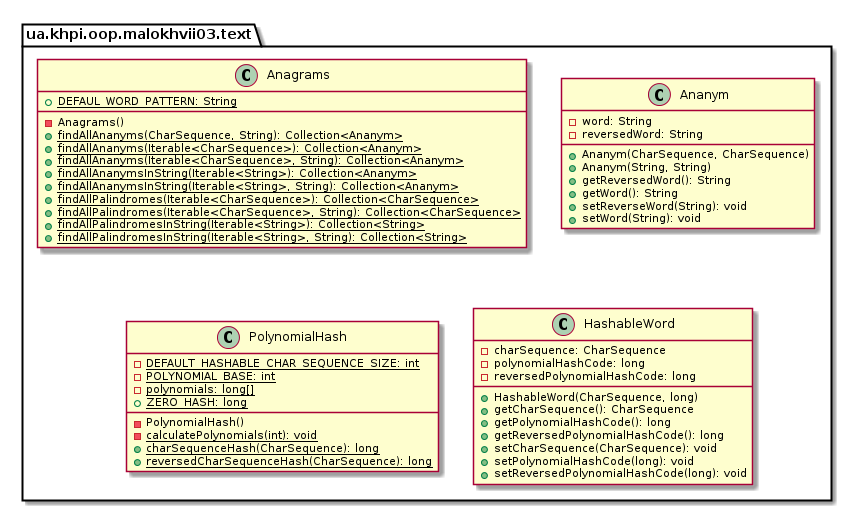
Before: malokhvii-eduard/malokhvii03/doc/plantuml/png/ua.khpi.oop.malokhvii03.text.package.png, a diagram exported from PlantUML (P-Kalin/kit26a).
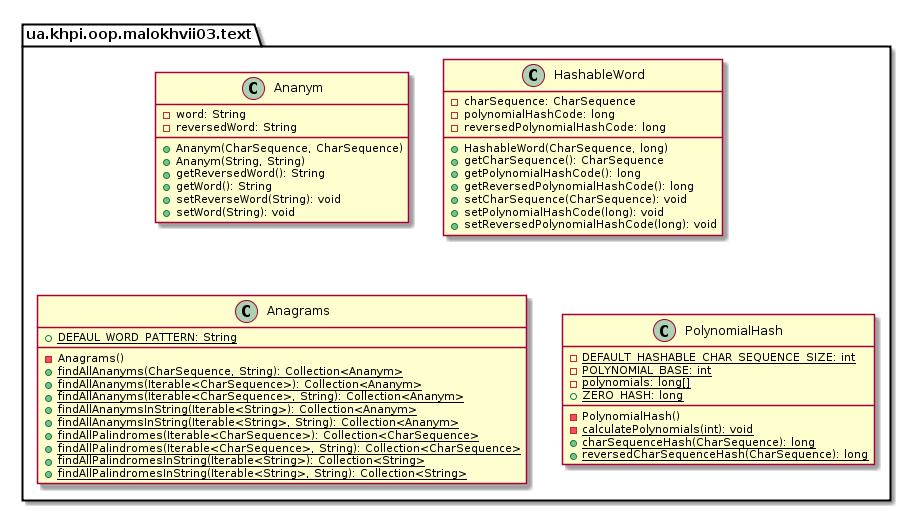
After the commit.

The edit, as a diff of the source:
```diff
@@ -1,6 +1,30 @@
 @startuml
 
     namespace ua.khpi.oop.malokhvii03.text {
+
+        class Ananym {
+            -word: String
+            -reversedWord: String
+            +Ananym(CharSequence, CharSequence)
+            +Ananym(String, String)
+            +getReversedWord(): String
+            +getWord(): String
+            +setReverseWord(String): void
+            +setWord(String): void
+        }
+
+        class HashableWord {
+            -charSequence: CharSequence
+            -polynomialHashCode: long
+            -reversedPolynomialHashCode: long
+            +HashableWord(CharSequence, long)
+            +getCharSequence(): CharSequence
+            +getPolynomialHashCode(): long
+            +getReversedPolynomialHashCode(): long
+            +setCharSequence(CharSequence): void
+            +setPolynomialHashCode(long): void
+            +setReversedPolynomialHashCode(long): void
+        }
 
         class Anagrams {
             {static} +DEFAUL_WORD_PATTERN: String
@@ -16,17 +40,6 @@
             {static} +findAllPalindromesInString(Iterable<String>, String): Collection<String>
         }
 
-        class Ananym {
-            -word: String
-            -reversedWord: String
-            +Ananym(CharSequence, CharSequence)
-            +Ananym(String, String)
-            +getReversedWord(): String
-            +getWord(): String
-            +setReverseWord(String): void
-            +setWord(String): void
-        }
-
         class PolynomialHash {
             {static} -DEFAULT_HASHABLE_CHAR_SEQUENCE_SIZE: int
             {static} -POLYNOMIAL_BASE: int
@@ -38,19 +51,6 @@
             {static} +reversedCharSequenceHash(CharSequence): long
         }
 
-        class HashableWord {
-            -charSequence: CharSequence
-            -polynomialHashCode: long
-            -reversedPolynomialHashCode: long
-            +HashableWord(CharSequence, long)
-            +getCharSequence(): CharSequence
-            +getPolynomialHashCode(): long
-            +getReversedPolynomialHashCode(): long
-            +setCharSequence(CharSequence): void
-            +setPolynomialHashCode(long): void
-            +setReversedPolynomialHashCode(long): void
-        }
-
     }
 
 @enduml
```
